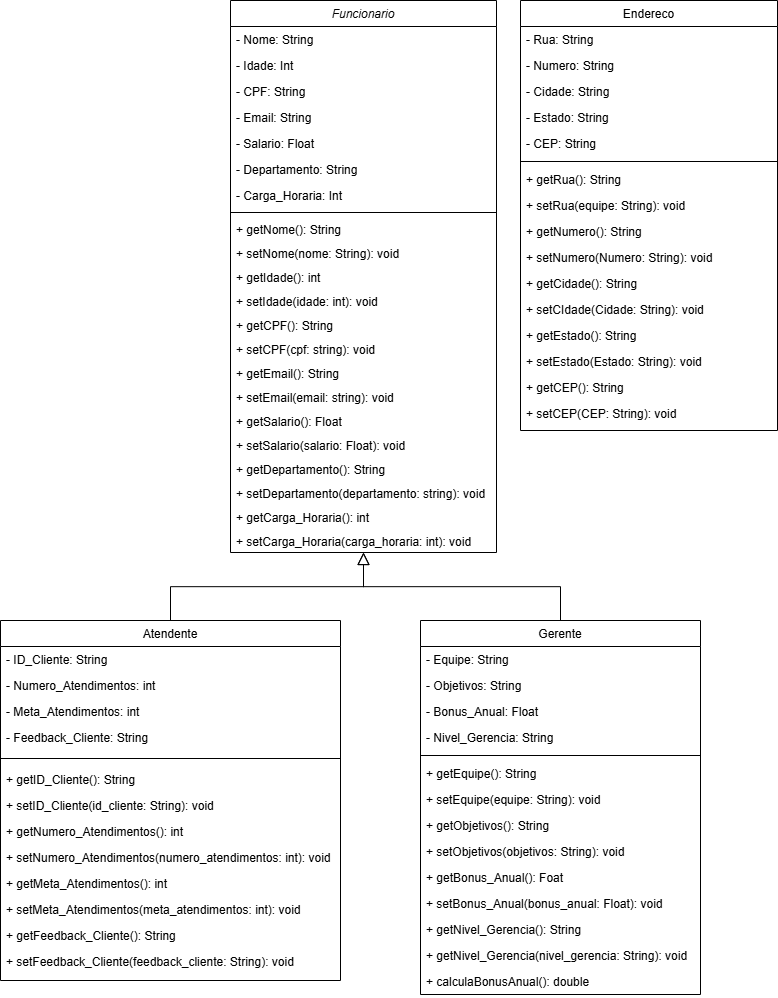
elison1910/AtividadeAssociacoes keeps this draw.io diagram as Diagrama de Classes.drawio.png. Above is the earlier version. Source tidied: cells renumbered, new cells last; positions are measured from the earlier drawing's top-left corner, leaving out a move shared by most shapes.
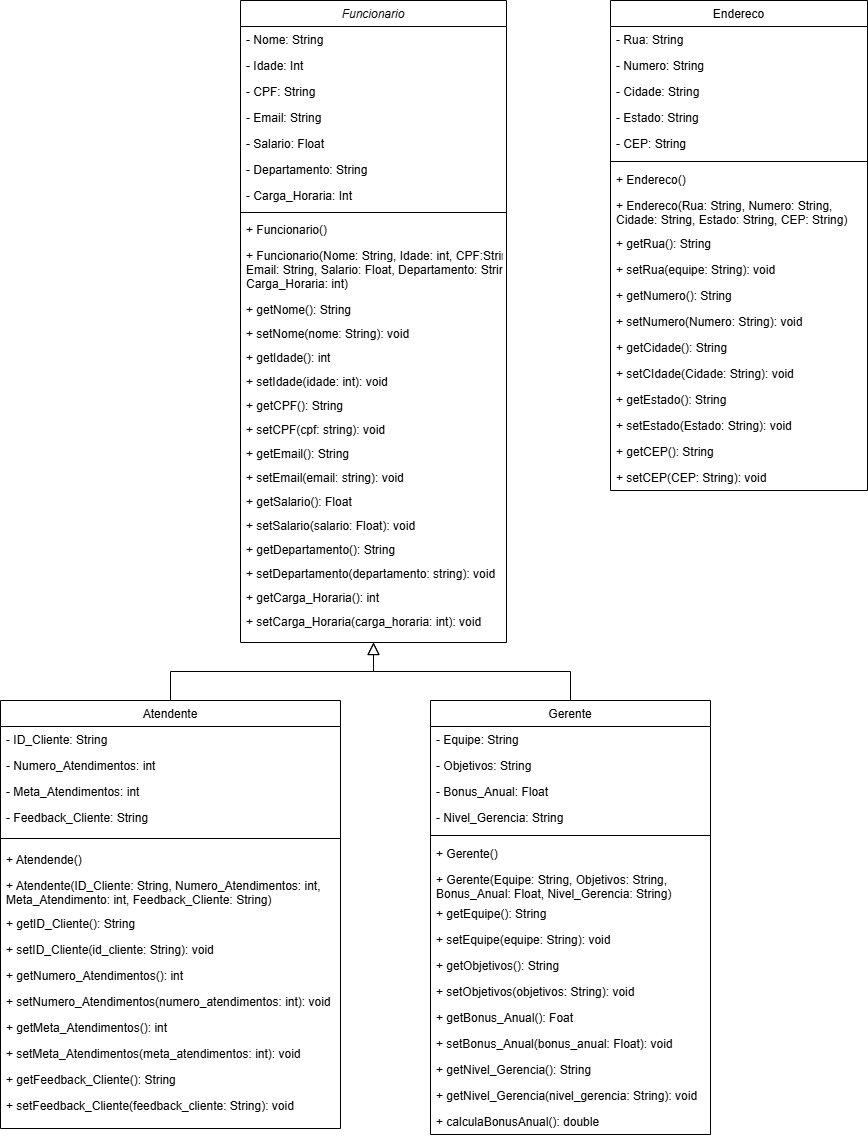
After the commit.

Change to the diagram source:
```diff
@@ -3,7 +3,7 @@
     <mxCell id="0" />
     <mxCell id="1" parent="0" />
     <mxCell id="2" value="Funcionario" style="swimlane;fontStyle=2;align=center;verticalAlign=top;horizontal=1;startSize=26;rounded=0;shadow=0;strokeWidth=1;" parent="1" vertex="1">
-      <mxGeometry x="230" width="266" height="552" as="geometry" />
+      <mxGeometry x="230" width="266" height="642" as="geometry" />
     </mxCell>
     <mxCell id="3" value="- Nome: String" style="text;align=left;verticalAlign=top;spacingLeft=4;spacingRight=4;overflow=hidden;" parent="2" vertex="1">
       <mxGeometry y="26" width="266" height="26" as="geometry" />
@@ -29,50 +29,56 @@
     <mxCell id="10" style="line;html=1;strokeWidth=1;align=left;verticalAlign=middle;spacingTop=-1;spacingLeft=3;spacingRight=3;labelPosition=right;" parent="2" vertex="1">
       <mxGeometry y="208" width="266" height="8" as="geometry" />
     </mxCell>
+    <mxCell id="73" value="+ Funcionario()" style="text;align=left;verticalAlign=top;spacingLeft=4;spacingRight=4;overflow=hidden;rounded=0;shadow=0;html=0;" parent="2" vertex="1">
+      <mxGeometry y="216" width="266" height="26" as="geometry" />
+    </mxCell>
+    <mxCell id="74" value="+ Funcionario(Nome: String, Idade: int, CPF:String,&#10;Email: String, Salario: Float, Departamento: String, &#10;Carga_Horaria: int)" style="text;align=left;verticalAlign=top;spacingLeft=4;spacingRight=4;overflow=hidden;rounded=0;shadow=0;html=0;" parent="2" vertex="1">
+      <mxGeometry y="242" width="266" height="54" as="geometry" />
+    </mxCell>
     <mxCell id="11" value="+ getNome(): String" style="text;align=left;verticalAlign=top;spacingLeft=4;spacingRight=4;overflow=hidden;" parent="2" vertex="1">
-      <mxGeometry y="216" width="266" height="24" as="geometry" />
+      <mxGeometry y="296" width="266" height="24" as="geometry" />
     </mxCell>
     <mxCell id="12" value="+ setNome(nome: String): void" style="text;align=left;verticalAlign=top;spacingLeft=4;spacingRight=4;overflow=hidden;" parent="2" vertex="1">
-      <mxGeometry y="240" width="266" height="24" as="geometry" />
+      <mxGeometry y="320" width="266" height="24" as="geometry" />
     </mxCell>
     <mxCell id="13" value="+ getIdade(): int" style="text;align=left;verticalAlign=top;spacingLeft=4;spacingRight=4;overflow=hidden;" parent="2" vertex="1">
-      <mxGeometry y="264" width="266" height="24" as="geometry" />
+      <mxGeometry y="344" width="266" height="24" as="geometry" />
     </mxCell>
     <mxCell id="14" value="+ setIdade(idade: int): void" style="text;align=left;verticalAlign=top;spacingLeft=4;spacingRight=4;overflow=hidden;" parent="2" vertex="1">
-      <mxGeometry y="288" width="266" height="24" as="geometry" />
+      <mxGeometry y="368" width="266" height="24" as="geometry" />
     </mxCell>
     <mxCell id="15" value="+ getCPF(): String" style="text;align=left;verticalAlign=top;spacingLeft=4;spacingRight=4;overflow=hidden;" parent="2" vertex="1">
-      <mxGeometry y="312" width="266" height="24" as="geometry" />
+      <mxGeometry y="392" width="266" height="24" as="geometry" />
     </mxCell>
     <mxCell id="16" value="+ setCPF(cpf: string): void" style="text;align=left;verticalAlign=top;spacingLeft=4;spacingRight=4;overflow=hidden;" parent="2" vertex="1">
-      <mxGeometry y="336" width="266" height="24" as="geometry" />
+      <mxGeometry y="416" width="266" height="24" as="geometry" />
     </mxCell>
     <mxCell id="17" value="+ getEmail(): String" style="text;align=left;verticalAlign=top;spacingLeft=4;spacingRight=4;overflow=hidden;" parent="2" vertex="1">
-      <mxGeometry y="360" width="266" height="24" as="geometry" />
+      <mxGeometry y="440" width="266" height="24" as="geometry" />
     </mxCell>
     <mxCell id="18" value="+ setEmail(email: string): void" style="text;align=left;verticalAlign=top;spacingLeft=4;spacingRight=4;overflow=hidden;" parent="2" vertex="1">
-      <mxGeometry y="384" width="266" height="24" as="geometry" />
+      <mxGeometry y="464" width="266" height="24" as="geometry" />
     </mxCell>
     <mxCell id="19" value="+ getSalario(): Float" style="text;align=left;verticalAlign=top;spacingLeft=4;spacingRight=4;overflow=hidden;" parent="2" vertex="1">
-      <mxGeometry y="408" width="266" height="24" as="geometry" />
+      <mxGeometry y="488" width="266" height="24" as="geometry" />
     </mxCell>
     <mxCell id="20" value="+ setSalario(salario: Float): void" style="text;align=left;verticalAlign=top;spacingLeft=4;spacingRight=4;overflow=hidden;" parent="2" vertex="1">
-      <mxGeometry y="432" width="266" height="24" as="geometry" />
+      <mxGeometry y="512" width="266" height="24" as="geometry" />
     </mxCell>
     <mxCell id="21" value="+ getDepartamento(): String" style="text;align=left;verticalAlign=top;spacingLeft=4;spacingRight=4;overflow=hidden;" parent="2" vertex="1">
-      <mxGeometry y="456" width="266" height="24" as="geometry" />
+      <mxGeometry y="536" width="266" height="24" as="geometry" />
     </mxCell>
     <mxCell id="22" value="+ setDepartamento(departamento: string): void" style="text;align=left;verticalAlign=top;spacingLeft=4;spacingRight=4;overflow=hidden;" parent="2" vertex="1">
-      <mxGeometry y="480" width="266" height="24" as="geometry" />
+      <mxGeometry y="560" width="266" height="24" as="geometry" />
     </mxCell>
     <mxCell id="23" value="+ getCarga_Horaria(): int" style="text;align=left;verticalAlign=top;spacingLeft=4;spacingRight=4;overflow=hidden;" parent="2" vertex="1">
-      <mxGeometry y="504" width="266" height="24" as="geometry" />
+      <mxGeometry y="584" width="266" height="24" as="geometry" />
     </mxCell>
     <mxCell id="24" value="+ setCarga_Horaria(carga_horaria: int): void" style="text;align=left;verticalAlign=top;spacingLeft=4;spacingRight=4;overflow=hidden;" parent="2" vertex="1">
-      <mxGeometry y="528" width="266" height="24" as="geometry" />
+      <mxGeometry y="608" width="266" height="24" as="geometry" />
     </mxCell>
     <mxCell id="25" value="Atendente" style="swimlane;fontStyle=0;align=center;verticalAlign=top;horizontal=1;startSize=26;rounded=0;shadow=0;strokeWidth=1;" parent="1" vertex="1">
-      <mxGeometry y="620" width="340" height="360" as="geometry" />
+      <mxGeometry x="-10" y="700" width="340" height="428" as="geometry" />
     </mxCell>
     <mxCell id="26" value="- ID_Cliente: String" style="text;align=left;verticalAlign=top;spacingLeft=4;spacingRight=4;overflow=hidden;" parent="25" vertex="1">
       <mxGeometry y="26" width="340" height="26" as="geometry" />
@@ -89,35 +95,41 @@
     <mxCell id="30" style="line;html=1;strokeWidth=1;align=left;verticalAlign=middle;spacingTop=-1;spacingLeft=3;spacingRight=3;labelPosition=right;" parent="25" vertex="1">
       <mxGeometry y="130" width="340" height="16" as="geometry" />
     </mxCell>
+    <mxCell id="75" value="+ Atendende()" style="text;align=left;verticalAlign=top;spacingLeft=4;spacingRight=4;overflow=hidden;rounded=0;shadow=0;html=0;" parent="25" vertex="1">
+      <mxGeometry y="146" width="340" height="26" as="geometry" />
+    </mxCell>
+    <mxCell id="76" value="+ Atendente(ID_Cliente: String, Numero_Atendimentos: int, &#10;Meta_Atendimento: int, Feedback_Cliente: String)" style="text;align=left;verticalAlign=top;spacingLeft=4;spacingRight=4;overflow=hidden;rounded=0;shadow=0;html=0;" parent="25" vertex="1">
+      <mxGeometry y="172" width="340" height="38" as="geometry" />
+    </mxCell>
     <mxCell id="31" value="+ getID_Cliente(): String" style="text;align=left;verticalAlign=top;spacingLeft=4;spacingRight=4;overflow=hidden;rounded=0;shadow=0;html=0;" parent="25" vertex="1">
-      <mxGeometry y="146" width="340" height="26" as="geometry" />
+      <mxGeometry y="210" width="340" height="26" as="geometry" />
     </mxCell>
     <mxCell id="32" value="+ setID_Cliente(id_cliente: String): void" style="text;align=left;verticalAlign=top;spacingLeft=4;spacingRight=4;overflow=hidden;rounded=0;shadow=0;html=0;" parent="25" vertex="1">
-      <mxGeometry y="172" width="340" height="26" as="geometry" />
+      <mxGeometry y="236" width="340" height="26" as="geometry" />
     </mxCell>
     <mxCell id="33" value="+ getNumero_Atendimentos(): int" style="text;align=left;verticalAlign=top;spacingLeft=4;spacingRight=4;overflow=hidden;rounded=0;shadow=0;html=0;" parent="25" vertex="1">
-      <mxGeometry y="198" width="340" height="26" as="geometry" />
+      <mxGeometry y="262" width="340" height="26" as="geometry" />
     </mxCell>
     <mxCell id="34" value="+ setNumero_Atendimentos(numero_atendimentos: int): void" style="text;align=left;verticalAlign=top;spacingLeft=4;spacingRight=4;overflow=hidden;rounded=0;shadow=0;html=0;" parent="25" vertex="1">
-      <mxGeometry y="224" width="340" height="26" as="geometry" />
+      <mxGeometry y="288" width="340" height="26" as="geometry" />
     </mxCell>
     <mxCell id="35" value="+ getMeta_Atendimentos(): int" style="text;align=left;verticalAlign=top;spacingLeft=4;spacingRight=4;overflow=hidden;rounded=0;shadow=0;html=0;" parent="25" vertex="1">
-      <mxGeometry y="250" width="340" height="26" as="geometry" />
+      <mxGeometry y="314" width="340" height="26" as="geometry" />
     </mxCell>
     <mxCell id="36" value="+ setMeta_Atendimentos(meta_atendimentos: int): void" style="text;align=left;verticalAlign=top;spacingLeft=4;spacingRight=4;overflow=hidden;rounded=0;shadow=0;html=0;" parent="25" vertex="1">
-      <mxGeometry y="276" width="340" height="26" as="geometry" />
+      <mxGeometry y="340" width="340" height="26" as="geometry" />
     </mxCell>
     <mxCell id="37" value="+ getFeedback_Cliente(): String" style="text;align=left;verticalAlign=top;spacingLeft=4;spacingRight=4;overflow=hidden;rounded=0;shadow=0;html=0;" parent="25" vertex="1">
-      <mxGeometry y="302" width="340" height="26" as="geometry" />
+      <mxGeometry y="366" width="340" height="26" as="geometry" />
     </mxCell>
     <mxCell id="38" value="+ setFeedback_Cliente(feedback_cliente: String): void" style="text;align=left;verticalAlign=top;spacingLeft=4;spacingRight=4;overflow=hidden;rounded=0;shadow=0;html=0;" parent="25" vertex="1">
-      <mxGeometry y="328" width="340" height="26" as="geometry" />
+      <mxGeometry y="392" width="340" height="26" as="geometry" />
     </mxCell>
     <mxCell id="39" style="endArrow=block;endSize=10;endFill=0;shadow=0;strokeWidth=1;rounded=0;curved=0;edgeStyle=elbowEdgeStyle;elbow=vertical;" parent="1" edge="1" source="25" target="2">
       <mxGeometry relative="1" as="geometry" />
     </mxCell>
     <mxCell id="40" value="Gerente" style="swimlane;fontStyle=0;align=center;verticalAlign=top;horizontal=1;startSize=26;rounded=0;shadow=0;strokeWidth=1;" parent="1" vertex="1">
-      <mxGeometry x="420" y="620" width="280" height="374" as="geometry" />
+      <mxGeometry x="420" y="700" width="280" height="434" as="geometry" />
     </mxCell>
     <mxCell id="41" value="- Equipe: String" style="text;align=left;verticalAlign=top;spacingLeft=4;spacingRight=4;overflow=hidden;" parent="40" vertex="1">
       <mxGeometry y="26" width="280" height="26" as="geometry" />
@@ -134,38 +146,44 @@
     <mxCell id="45" style="line;html=1;strokeWidth=1;align=left;verticalAlign=middle;spacingTop=-1;spacingLeft=3;spacingRight=3;labelPosition=right;" parent="40" vertex="1">
       <mxGeometry y="130" width="280" height="10" as="geometry" />
     </mxCell>
+    <mxCell id="77" value="+ Gerente()" style="text;align=left;verticalAlign=top;spacingLeft=4;spacingRight=4;overflow=hidden;" parent="40" vertex="1">
+      <mxGeometry y="140" width="280" height="26" as="geometry" />
+    </mxCell>
+    <mxCell id="78" value="+ Gerente(Equipe: String, Objetivos: String,&#10;Bonus_Anual: Float, Nivel_Gerencia: String)" style="text;align=left;verticalAlign=top;spacingLeft=4;spacingRight=4;overflow=hidden;" parent="40" vertex="1">
+      <mxGeometry y="166" width="280" height="34" as="geometry" />
+    </mxCell>
     <mxCell id="46" value="+ getEquipe(): String" style="text;align=left;verticalAlign=top;spacingLeft=4;spacingRight=4;overflow=hidden;" parent="40" vertex="1">
-      <mxGeometry y="140" width="280" height="26" as="geometry" />
+      <mxGeometry y="200" width="280" height="26" as="geometry" />
     </mxCell>
     <mxCell id="47" value="+ setEquipe(equipe: String): void" style="text;align=left;verticalAlign=top;spacingLeft=4;spacingRight=4;overflow=hidden;" parent="40" vertex="1">
-      <mxGeometry y="166" width="280" height="26" as="geometry" />
+      <mxGeometry y="226" width="280" height="26" as="geometry" />
     </mxCell>
     <mxCell id="48" value="+ getObjetivos(): String" style="text;align=left;verticalAlign=top;spacingLeft=4;spacingRight=4;overflow=hidden;" parent="40" vertex="1">
-      <mxGeometry y="192" width="280" height="26" as="geometry" />
+      <mxGeometry y="252" width="280" height="26" as="geometry" />
     </mxCell>
     <mxCell id="49" value="+ setObjetivos(objetivos: String): void" style="text;align=left;verticalAlign=top;spacingLeft=4;spacingRight=4;overflow=hidden;" parent="40" vertex="1">
-      <mxGeometry y="218" width="280" height="26" as="geometry" />
+      <mxGeometry y="278" width="280" height="26" as="geometry" />
     </mxCell>
     <mxCell id="50" value="+ getBonus_Anual(): Foat" style="text;align=left;verticalAlign=top;spacingLeft=4;spacingRight=4;overflow=hidden;" parent="40" vertex="1">
-      <mxGeometry y="244" width="280" height="26" as="geometry" />
+      <mxGeometry y="304" width="280" height="26" as="geometry" />
     </mxCell>
     <mxCell id="51" value="+ setBonus_Anual(bonus_anual: Float): void" style="text;align=left;verticalAlign=top;spacingLeft=4;spacingRight=4;overflow=hidden;" parent="40" vertex="1">
-      <mxGeometry y="270" width="280" height="26" as="geometry" />
+      <mxGeometry y="330" width="280" height="26" as="geometry" />
     </mxCell>
     <mxCell id="52" value="+ getNivel_Gerencia(): String" style="text;align=left;verticalAlign=top;spacingLeft=4;spacingRight=4;overflow=hidden;" parent="40" vertex="1">
-      <mxGeometry y="296" width="280" height="26" as="geometry" />
+      <mxGeometry y="356" width="280" height="26" as="geometry" />
     </mxCell>
     <mxCell id="53" value="+ getNivel_Gerencia(nivel_gerencia: String): void" style="text;align=left;verticalAlign=top;spacingLeft=4;spacingRight=4;overflow=hidden;" parent="40" vertex="1">
-      <mxGeometry y="322" width="280" height="26" as="geometry" />
+      <mxGeometry y="382" width="280" height="26" as="geometry" />
     </mxCell>
     <mxCell id="54" value="+ calculaBonusAnual(): double" style="text;align=left;verticalAlign=top;spacingLeft=4;spacingRight=4;overflow=hidden;" parent="40" vertex="1">
-      <mxGeometry y="348" width="280" height="26" as="geometry" />
+      <mxGeometry y="408" width="280" height="26" as="geometry" />
     </mxCell>
     <mxCell id="55" style="endArrow=block;endSize=10;endFill=0;shadow=0;strokeWidth=1;rounded=0;curved=0;edgeStyle=elbowEdgeStyle;elbow=vertical;" parent="1" edge="1" source="40" target="2">
       <mxGeometry relative="1" as="geometry" />
     </mxCell>
     <mxCell id="56" value="Endereco" style="swimlane;fontStyle=0;align=center;verticalAlign=top;horizontal=1;startSize=26;rounded=0;shadow=0;strokeWidth=1;" parent="1" vertex="1">
-      <mxGeometry x="520" width="257" height="430" as="geometry" />
+      <mxGeometry x="600" width="257" height="490" as="geometry" />
     </mxCell>
     <mxCell id="57" value="- Rua: String" style="text;align=left;verticalAlign=top;spacingLeft=4;spacingRight=4;overflow=hidden;" parent="56" vertex="1">
       <mxGeometry y="26" width="257" height="26" as="geometry" />
@@ -185,35 +203,41 @@
     <mxCell id="62" style="line;html=1;strokeWidth=1;align=left;verticalAlign=middle;spacingTop=-1;spacingLeft=3;spacingRight=3;labelPosition=right;" parent="56" vertex="1">
       <mxGeometry y="156" width="257" height="10" as="geometry" />
     </mxCell>
+    <mxCell id="79" value="+ Endereco()" style="text;align=left;verticalAlign=top;spacingLeft=4;spacingRight=4;overflow=hidden;" parent="56" vertex="1">
+      <mxGeometry y="166" width="257" height="26" as="geometry" />
+    </mxCell>
+    <mxCell id="80" value="+ Endereco(Rua: String, Numero: String, &#10;Cidade: String, Estado: String, CEP: String)" style="text;align=left;verticalAlign=top;spacingLeft=4;spacingRight=4;overflow=hidden;" parent="56" vertex="1">
+      <mxGeometry y="192" width="257" height="38" as="geometry" />
+    </mxCell>
     <mxCell id="63" value="+ getRua(): String" style="text;align=left;verticalAlign=top;spacingLeft=4;spacingRight=4;overflow=hidden;" parent="56" vertex="1">
-      <mxGeometry y="166" width="257" height="26" as="geometry" />
+      <mxGeometry y="230" width="257" height="26" as="geometry" />
     </mxCell>
     <mxCell id="64" value="+ setRua(equipe: String): void" style="text;align=left;verticalAlign=top;spacingLeft=4;spacingRight=4;overflow=hidden;" parent="56" vertex="1">
-      <mxGeometry y="192" width="257" height="26" as="geometry" />
+      <mxGeometry y="256" width="257" height="26" as="geometry" />
     </mxCell>
     <mxCell id="65" value="+ getNumero(): String" style="text;align=left;verticalAlign=top;spacingLeft=4;spacingRight=4;overflow=hidden;" parent="56" vertex="1">
-      <mxGeometry y="218" width="257" height="26" as="geometry" />
+      <mxGeometry y="282" width="257" height="26" as="geometry" />
     </mxCell>
     <mxCell id="66" value="+ setNumero(Numero: String): void" style="text;align=left;verticalAlign=top;spacingLeft=4;spacingRight=4;overflow=hidden;" parent="56" vertex="1">
-      <mxGeometry y="244" width="257" height="26" as="geometry" />
+      <mxGeometry y="308" width="257" height="26" as="geometry" />
     </mxCell>
     <mxCell id="67" value="+ getCidade(): String" style="text;align=left;verticalAlign=top;spacingLeft=4;spacingRight=4;overflow=hidden;" parent="56" vertex="1">
-      <mxGeometry y="270" width="257" height="26" as="geometry" />
+      <mxGeometry y="334" width="257" height="26" as="geometry" />
     </mxCell>
     <mxCell id="68" value="+ setCIdade(Cidade: String): void" style="text;align=left;verticalAlign=top;spacingLeft=4;spacingRight=4;overflow=hidden;" parent="56" vertex="1">
-      <mxGeometry y="296" width="257" height="26" as="geometry" />
+      <mxGeometry y="360" width="257" height="26" as="geometry" />
     </mxCell>
     <mxCell id="69" value="+ getEstado(): String" style="text;align=left;verticalAlign=top;spacingLeft=4;spacingRight=4;overflow=hidden;" parent="56" vertex="1">
-      <mxGeometry y="322" width="257" height="26" as="geometry" />
+      <mxGeometry y="386" width="257" height="26" as="geometry" />
     </mxCell>
     <mxCell id="70" value="+ setEstado(Estado: String): void" style="text;align=left;verticalAlign=top;spacingLeft=4;spacingRight=4;overflow=hidden;" parent="56" vertex="1">
-      <mxGeometry y="348" width="257" height="26" as="geometry" />
+      <mxGeometry y="412" width="257" height="26" as="geometry" />
     </mxCell>
     <mxCell id="71" value="+ getCEP(): String" style="text;align=left;verticalAlign=top;spacingLeft=4;spacingRight=4;overflow=hidden;" parent="56" vertex="1">
-      <mxGeometry y="374" width="257" height="26" as="geometry" />
+      <mxGeometry y="438" width="257" height="26" as="geometry" />
     </mxCell>
     <mxCell id="72" value="+ setCEP(CEP: String): void" style="text;align=left;verticalAlign=top;spacingLeft=4;spacingRight=4;overflow=hidden;" parent="56" vertex="1">
-      <mxGeometry y="400" width="257" height="26" as="geometry" />
+      <mxGeometry y="464" width="257" height="26" as="geometry" />
     </mxCell>
   </root>
 </mxGraphModel>
```
